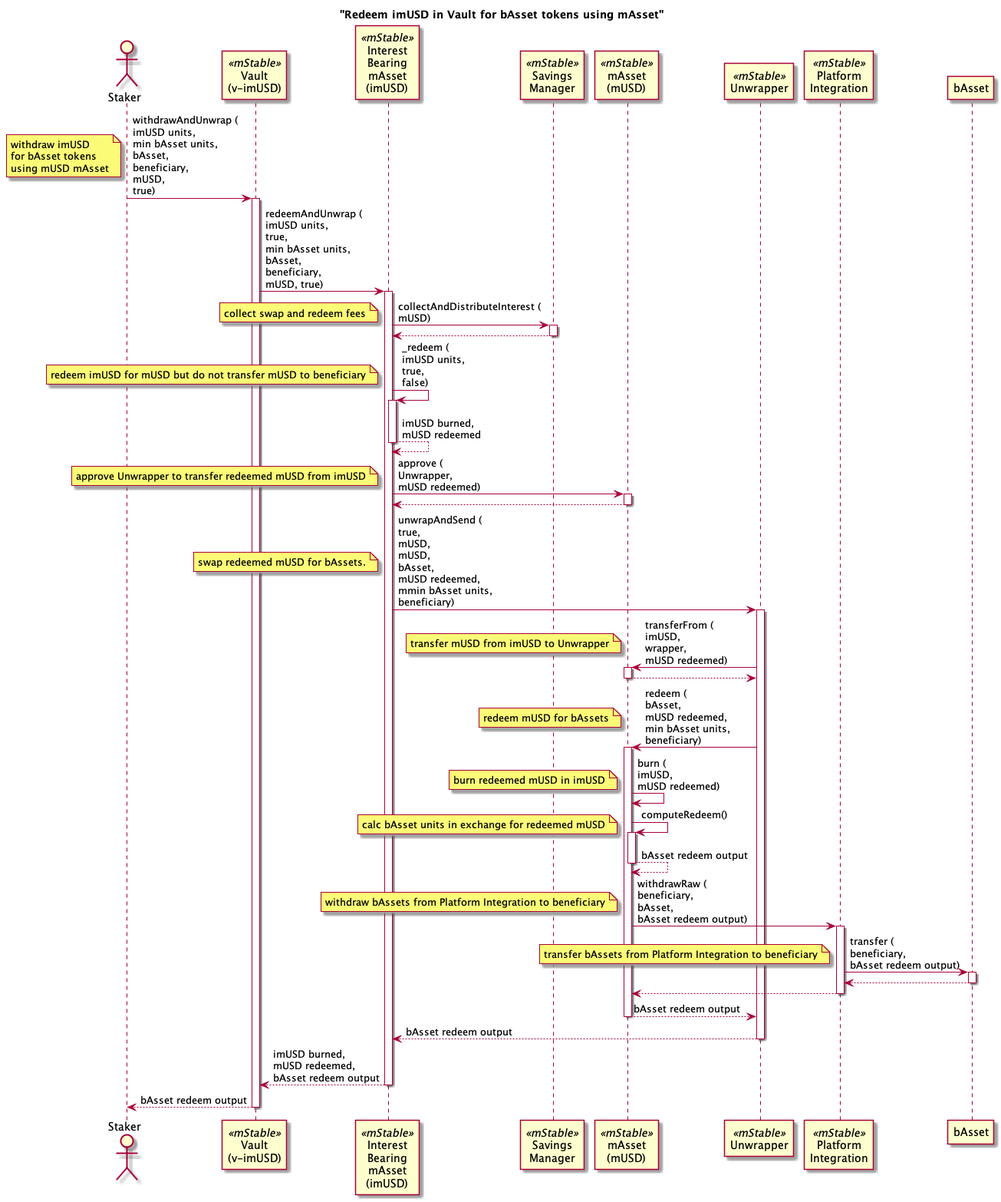
Before: unwrapper/imusd_vault_bassets.png, a diagram exported from PlantUML (mstable/mStable-process-docs).
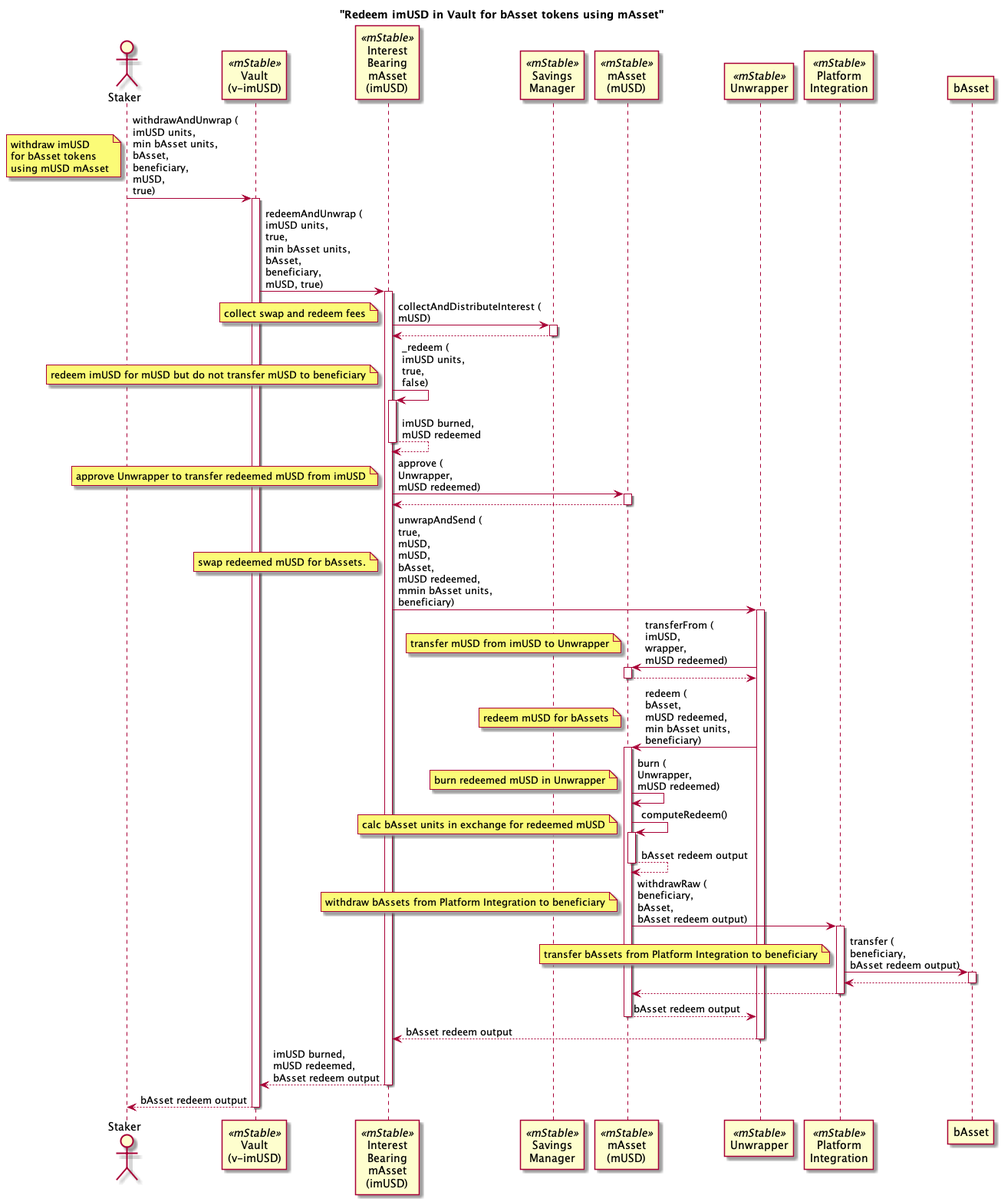
The same file after the commit.

Commit message:
fix: Unwrapper sequence diagrams

The edit, as a diff of the source:
```diff
@@ -41,8 +41,8 @@
 wrapper -> musd : redeem (\nbAsset,\nmUSD redeemed,\nmin bAsset units,\nbeneficiary)
 activate musd
 note left: redeem mUSD for bAssets
-musd -> musd : burn (\nimUSD,\nmUSD redeemed)
-note left: burn redeemed mUSD in imUSD
+musd -> musd : burn (\nUnwrapper,\nmUSD redeemed)
+note left: burn redeemed mUSD in Unwrapper
 musd -> musd : computeRedeem()
 activate musd
 note left: calc bAsset units in exchange for redeemed mUSD
```
